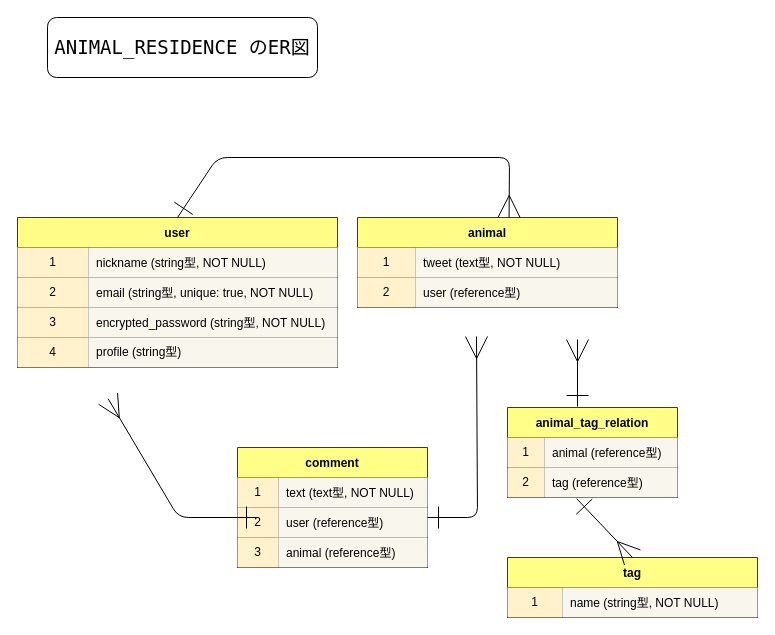
Before: ANIMAL_RESIDENCE.dio in oisiibutaniku/animal_residence, a draw.io diagram. Source tidied: cells renumbered, new cells numbered last; positions are measured from the earlier drawing's top-left corner, leaving out a move shared by most shapes. Both pictures are drawn from the tidied source at 100%, with x=0, y=0 at pixel (17, 17).
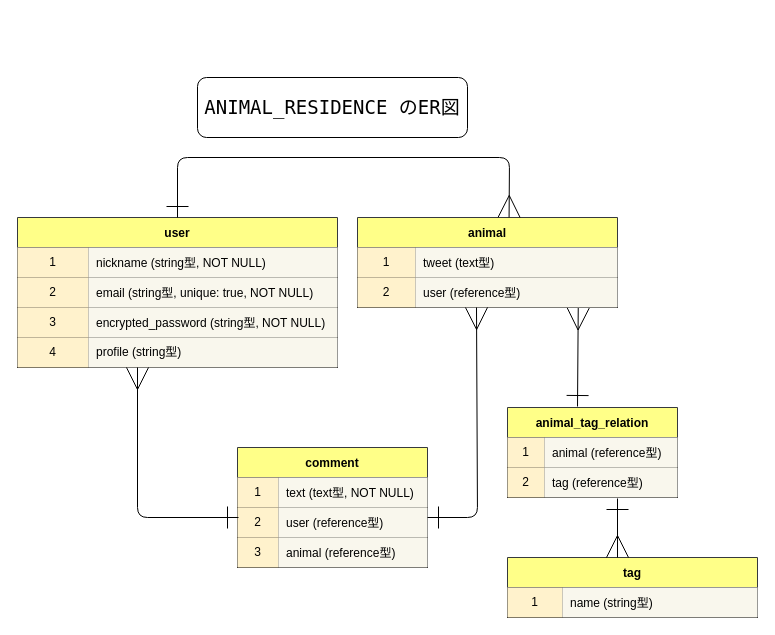
After the change.

Unchanged cells that the change refers to:
```xml
<mxCell id="3" value="user" style="shape=table;startSize=30;childLayout=tableLayout;rowLines=0;fontStyle=1;align=center;strokeColor=#36393d;labelBackgroundColor=none;fillColor=#ffff88;" parent="1" vertex="1">
  <mxGeometry y="200" width="320" height="150" as="geometry" />
</mxCell>
<mxCell id="16" value="animal" style="shape=table;startSize=30;childLayout=tableLayout;rowLines=0;fontStyle=1;align=center;strokeColor=#36393d;labelBackgroundColor=none;fillColor=#ffff88;" parent="1" vertex="1">
  <mxGeometry x="340" y="200" width="260" height="90" as="geometry" />
</mxCell>
<mxCell id="17" style="shape=partialRectangle;html=1;whiteSpace=wrap;fillColor=none;top=0;left=0;bottom=1;right=0;" parent="16" vertex="1">
  <mxGeometry y="30" width="260" height="30" as="geometry" />
</mxCell>
<mxCell id="20" style="shape=partialRectangle;html=1;whiteSpace=wrap;fillColor=none;top=0;left=0;bottom=1;right=0;points=[[0,0.5],[1,0.5]];portConstraint=eastwest;" parent="16" vertex="1">
  <mxGeometry y="60" width="260" height="30" as="geometry" />
</mxCell>
<mxCell id="37" style="shape=partialRectangle;html=1;whiteSpace=wrap;fillColor=none;top=0;left=0;bottom=1;right=0;points=[[0,0.5],[1,0.5]];portConstraint=eastwest;" parent="33" vertex="1">
  <mxGeometry y="60" width="170" height="30" as="geometry" />
</mxCell>
<mxCell id="40" value="tag" style="shape=table;startSize=30;childLayout=tableLayout;rowLines=0;fontStyle=1;align=center;strokeColor=#36393d;labelBackgroundColor=none;fillColor=#ffff88;" parent="1" vertex="1">
  <mxGeometry x="490" y="540" width="250" height="60" as="geometry" />
</mxCell>
<mxCell id="41" style="shape=partialRectangle;html=1;whiteSpace=wrap;fillColor=none;top=0;left=0;bottom=1;right=0;" parent="40" vertex="1">
  <mxGeometry y="30" width="250" height="30" as="geometry" />
</mxCell>
```

The edit, as a diff of the source:
```diff
@@
     <mxCell id="2" value="&lt;h3 style=&quot;font-family: &amp;#34;menlo&amp;#34; , &amp;#34;monaco&amp;#34; , &amp;#34;courier new&amp;#34; , monospace ; line-height: 18px&quot;&gt;&lt;font style=&quot;font-weight: normal ; font-size: 19px&quot;&gt;ANIMAL_RESIDENCE のER図&lt;/font&gt;&lt;/h3&gt;" style="rounded=1;whiteSpace=wrap;html=1;align=center;" parent="1" vertex="1">
-      <mxGeometry x="30" width="270" height="60" as="geometry" />
+      <mxGeometry x="180" y="60" width="270" height="60" as="geometry" />
     </mxCell>
@@
-    <mxCell id="19" value="&lt;div style=&quot;line-height: 18px&quot;&gt;&lt;span style=&quot;text-align: center&quot;&gt;tweet (text型, NOT NULL)&lt;/span&gt;&lt;br&gt;&lt;/div&gt;" style="shape=partialRectangle;html=1;whiteSpace=wrap;fillColor=#f9f7ed;top=0;left=0;bottom=0;right=0;align=left;spacingLeft=6;overflow=hidden;strokeColor=#36393d;" parent="17" vertex="1">
+    <mxCell id="19" value="&lt;div style=&quot;line-height: 18px&quot;&gt;&lt;span style=&quot;text-align: center&quot;&gt;tweet (text型)&lt;/span&gt;&lt;br&gt;&lt;/div&gt;" style="shape=partialRectangle;html=1;whiteSpace=wrap;fillColor=#f9f7ed;top=0;left=0;bottom=0;right=0;align=left;spacingLeft=6;overflow=hidden;strokeColor=#36393d;" parent="17" vertex="1">
       <mxGeometry x="58" width="202" height="30" as="geometry" />
     </mxCell>
@@
-    <mxCell id="43" value="&lt;div style=&quot;line-height: 18px&quot;&gt;&lt;span style=&quot;text-align: center&quot;&gt;name (string型, NOT NULL)&lt;/span&gt;&lt;br&gt;&lt;/div&gt;" style="shape=partialRectangle;html=1;whiteSpace=wrap;fillColor=#f9f7ed;top=0;left=0;bottom=0;right=0;align=left;spacingLeft=6;overflow=hidden;strokeColor=#36393d;" parent="41" vertex="1">
+    <mxCell id="43" value="&lt;div style=&quot;line-height: 18px&quot;&gt;&lt;span style=&quot;text-align: center&quot;&gt;name (string型)&lt;/span&gt;&lt;br&gt;&lt;/div&gt;" style="shape=partialRectangle;html=1;whiteSpace=wrap;fillColor=#f9f7ed;top=0;left=0;bottom=0;right=0;align=left;spacingLeft=6;overflow=hidden;strokeColor=#36393d;" parent="41" vertex="1">
       <mxGeometry x="55" width="195" height="30" as="geometry" />
     </mxCell>
     <mxCell id="44" style="endArrow=ERmany;html=1;fontColor=#000000;entryX=0.583;entryY=-0.001;entryDx=0;entryDy=0;entryPerimeter=0;exitX=0.5;exitY=0;exitDx=0;exitDy=0;startArrow=ERone;startFill=0;endFill=0;strokeWidth=1;endSize=20;startSize=20;" parent="1" edge="1" source="3" target="16">
       <mxGeometry relative="1" as="geometry">
         <Array as="points">
-          <mxPoint x="200" y="140" />
+          <mxPoint x="160" y="140" />
           <mxPoint x="492" y="140" />
         </Array>
       </mxGeometry>
     </mxCell>
-    <mxCell id="45" style="endArrow=ERmany;html=1;fontColor=#000000;startSize=20;endSize=20;strokeWidth=1;startArrow=ERone;startFill=0;endFill=0;" parent="1" edge="1">
+    <mxCell id="45" style="endArrow=ERmany;html=1;fontColor=#000000;startSize=20;endSize=20;strokeWidth=1;startArrow=ERone;startFill=0;endFill=0;entryX=0.849;entryY=1.017;entryDx=0;entryDy=0;entryPerimeter=0;" parent="1" edge="1" target="20">
       <mxGeometry relative="1" as="geometry">
         <mxPoint x="560" y="389" as="sourcePoint" />
-        <mxPoint x="560" y="322" as="targetPoint" />
       </mxGeometry>
     </mxCell>
-    <mxCell id="46" style="endArrow=ERone;html=1;fontColor=#000000;startSize=20;endSize=20;strokeWidth=1;exitX=0.5;exitY=0;exitDx=0;exitDy=0;entryX=0.407;entryY=1.039;entryDx=0;entryDy=0;entryPerimeter=0;startArrow=ERmany;startFill=0;endFill=0;" parent="1" edge="1" source="40" target="37">
-      <mxGeometry relative="1" as="geometry" />
+    <mxCell id="46" style="endArrow=ERone;html=1;fontColor=#000000;startSize=20;endSize=20;strokeWidth=1;startArrow=ERmany;startFill=0;endFill=0;" parent="1" edge="1">
+      <mxGeometry relative="1" as="geometry">
+        <mxPoint x="600" y="540" as="sourcePoint" />
+        <mxPoint x="600" y="481" as="targetPoint" />
+      </mxGeometry>
     </mxCell>
     <mxCell id="47" style="endArrow=ERmany;html=1;fontColor=#000000;startSize=20;endSize=20;strokeWidth=1;startArrow=ERone;startFill=0;endFill=0;" parent="1" edge="1">
       <mxGeometry relative="1" as="geometry">
         <mxPoint x="410" y="500" as="sourcePoint" />
-        <mxPoint x="459" y="319" as="targetPoint" />
+        <mxPoint x="459" y="290" as="targetPoint" />
         <Array as="points">
           <mxPoint x="460" y="500" />
         </Array>
       </mxGeometry>
     </mxCell>
     <mxCell id="48" style="endArrow=ERmany;html=1;fontColor=#000000;startSize=20;endSize=20;strokeWidth=1;entryX=0.283;entryY=1.039;entryDx=0;entryDy=0;entryPerimeter=0;startArrow=ERone;startFill=0;endFill=0;" parent="1" edge="1">
       <mxGeometry relative="1" as="geometry">
-        <mxPoint x="240" y="500" as="sourcePoint" />
-        <mxPoint x="90.6" y="381.2" as="targetPoint" />
+        <mxPoint x="221" y="500" as="sourcePoint" />
+        <mxPoint x="120" y="350" as="targetPoint" />
         <Array as="points">
-          <mxPoint x="161" y="500" />
+          <mxPoint x="120" y="500" />
         </Array>
       </mxGeometry>
     </mxCell>
```
